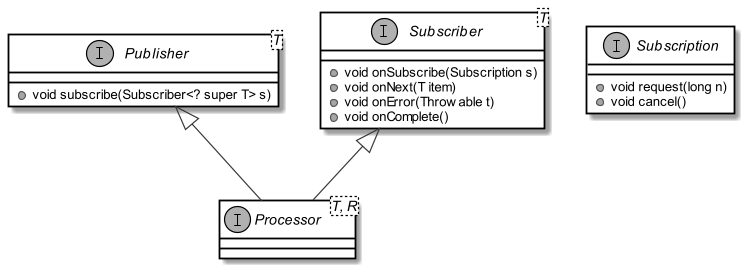
The PlantUML diagram images/Reactive_Streams_API.png in ti-cortex-m4/demo-java-reactive-streams-old, before a commit.
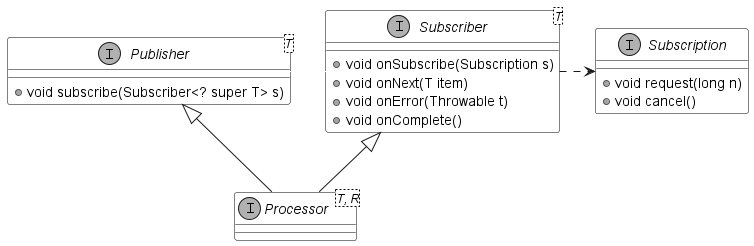
The same file after the commit.

Diff of the diagram source:
```diff
@@ -1,6 +1,6 @@
 @startuml
 
-scale 1.2
+scale 1.0
 set namespaceSeparator none
 
 skinparam monochrome true
@@ -30,4 +30,7 @@
 Publisher <|-- Processor
 Subscriber <|-- Processor
 
+Publisher -[#white] Subscriber
+Subscriber .> Subscription
+
 @enduml
```
